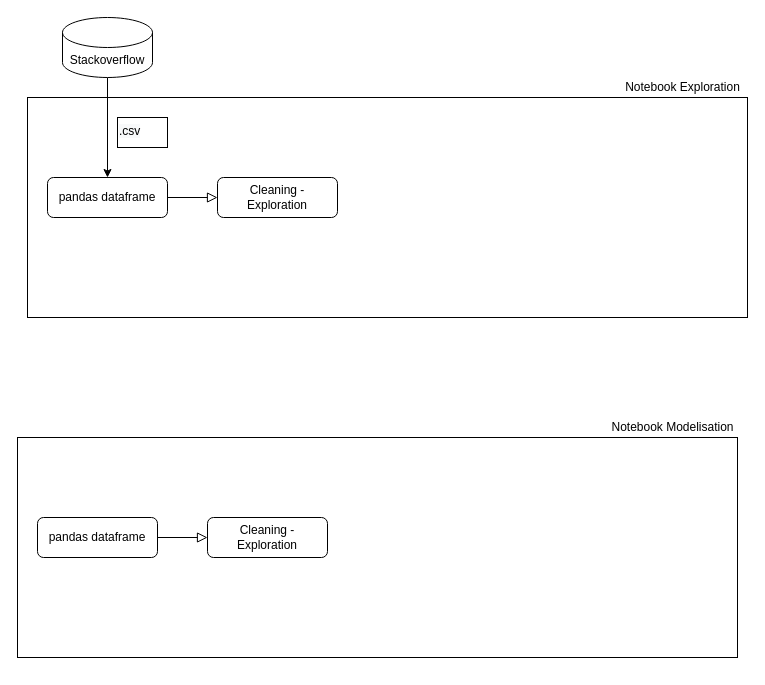
abugeia/P5_OCR_categorize_questions keeps this draw.io diagram as process.drawio. Above is the earlier version. Source tidied: cells renumbered, new cells numbered last; positions are measured from the earlier drawing's top-left corner, leaving out a move shared by most shapes. Both pictures are drawn from the tidied source at 100%, with x=0, y=0 at pixel (17, 17).
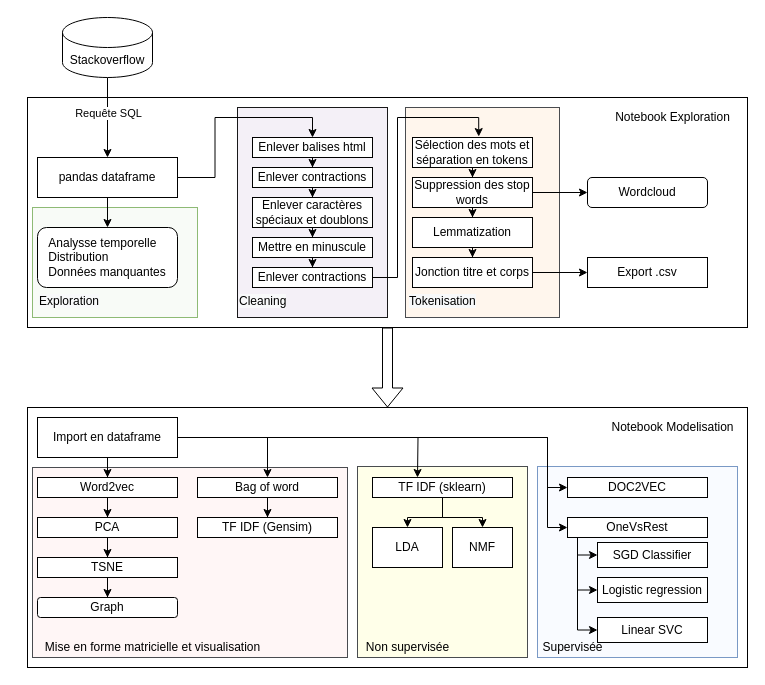
The same diagram, later.

Commit message (it also covers changes not shown here):
nb style improvement add of process

Unchanged cells that the change refers to:
```xml
<mxCell id="5" style="edgeStyle=orthogonalEdgeStyle;rounded=0;jettySize=auto;html=1;" parent="1" edge="1" source="6" target="4">
  <mxGeometry relative="1" as="geometry" />
</mxCell>
```

Diff of the diagram source:
```diff
@@
+    <mxCell id="10" style="rounded=0;whiteSpace=wrap;html=1;strokeColor=#000000;fillColor=none;" parent="1" vertex="1">
+      <mxGeometry x="10" y="390" width="720" height="260" as="geometry" />
+    </mxCell>
     <mxCell id="2" style="rounded=0;whiteSpace=wrap;html=1;strokeColor=#000000;fillColor=none;" parent="1" vertex="1">
-      <mxGeometry x="10" y="80" width="720" height="220" as="geometry" />
+      <mxGeometry x="10" y="80" width="720" height="230" as="geometry" />
     </mxCell>
+    <mxCell id="15" style="rounded=0;whiteSpace=wrap;html=1;fillColor=#d5e8d4;opacity=90;fillOpacity=20;strokeColor=#82b366;" parent="1" vertex="1">
+      <mxGeometry x="15" y="190" width="165" height="110" as="geometry" />
+    </mxCell>
+    <mxCell id="16" style="rounded=0;whiteSpace=wrap;html=1;fillColor=#C3ABD0;opacity=90;fillOpacity=20;" parent="1" vertex="1">
+      <mxGeometry x="220" y="90" width="150" height="210" as="geometry" />
+    </mxCell>
+    <mxCell id="17" style="rounded=0;whiteSpace=wrap;html=1;fillColor=#ffcc99;opacity=90;fillOpacity=20;strokeColor=#36393d;" parent="1" vertex="1">
+      <mxGeometry x="388" y="90" width="154" height="210" as="geometry" />
+    </mxCell>
+    <mxCell id="18" style="rounded=0;whiteSpace=wrap;html=1;fillColor=#dae8fc;opacity=90;fillOpacity=20;strokeColor=#6c8ebf;" parent="1" vertex="1">
+      <mxGeometry x="520" y="449" width="200" height="191" as="geometry" />
+    </mxCell>
+    <mxCell id="19" style="rounded=0;whiteSpace=wrap;html=1;fillColor=#ffff88;opacity=90;fillOpacity=20;strokeColor=#36393d;" parent="1" vertex="1">
+      <mxGeometry x="340" y="449" width="170" height="191" as="geometry" />
+    </mxCell>
+    <mxCell id="20" style="rounded=0;whiteSpace=wrap;html=1;fillColor=#ffcccc;opacity=90;fillOpacity=20;strokeColor=#36393d;" parent="1" vertex="1">
+      <mxGeometry x="15" y="450" width="315" height="190" as="geometry" />
+    </mxCell>
+    <mxCell id="21" style="edgeStyle=orthogonalEdgeStyle;rounded=0;jettySize=auto;html=1;shape=flexArrow;" parent="1" edge="1" source="2" target="10">
+      <mxGeometry relative="1" as="geometry" />
+    </mxCell>
+    <mxCell id="22" style="edgeStyle=orthogonalEdgeStyle;rounded=0;jettySize=auto;html=1;exitX=1;exitY=0.5;exitDx=0;exitDy=0;entryX=0.5;entryY=0;entryDx=0;entryDy=0;" parent="1" edge="1" source="4" target="26">
+      <mxGeometry relative="1" as="geometry" />
+    </mxCell>
-    <mxCell id="3" style="rounded=0;html=1;jettySize=auto;fontSize=11;endArrow=block;endFill=0;endSize=8;strokeWidth=1;shadow=0;labelBackgroundColor=none;edgeStyle=orthogonalEdgeStyle;entryX=0;entryY=0.5;entryDx=0;entryDy=0;" parent="1" edge="1" source="4" target="8">
+    <mxCell id="3" style="edgeStyle=orthogonalEdgeStyle;rounded=0;jettySize=auto;html=1;" parent="1" edge="1" source="4" target="8">
       <mxGeometry relative="1" as="geometry" />
     </mxCell>
+    <mxCell id="23" style="edgeStyle=orthogonalEdgeStyle;rounded=0;jettySize=auto;html=1;exitX=1;exitY=0.5;exitDx=0;exitDy=0;" parent="1" edge="1" source="4">
+      <mxGeometry relative="1" as="geometry">
+        <mxPoint x="150" y="160.3" as="targetPoint" />
+      </mxGeometry>
+    </mxCell>
-    <mxCell id="4" value="pandas dataframe" style="rounded=1;whiteSpace=wrap;html=1;fontSize=12;glass=0;strokeWidth=1;shadow=0;" parent="1" vertex="1">
-      <mxGeometry x="30" y="160" width="120" height="40" as="geometry" />
+    <mxCell id="4" value="pandas dataframe" style="rounded=0;whiteSpace=wrap;html=1;fontSize=12;glass=0;strokeWidth=1;shadow=0;" parent="1" vertex="1">
+      <mxGeometry x="20" y="140" width="140" height="40" as="geometry" />
     </mxCell>
@@
+    <mxCell id="24" value="Requête SQL" style="edgeLabel;html=1;align=center;verticalAlign=middle;" parent="5" vertex="1">
+      <mxGeometry x="-0.78" y="-2" relative="1" as="geometry">
+        <mxPoint x="2" y="26" as="offset" />
+      </mxGeometry>
+    </mxCell>
@@
-    <mxCell id="7" value="&lt;span style=&quot;color: rgb(0, 0, 0); font-family: helvetica; font-size: 12px; font-style: normal; font-weight: 400; letter-spacing: normal; text-align: center; text-indent: 0px; text-transform: none; word-spacing: 0px; background-color: rgb(248, 249, 250); display: inline; float: none;&quot;&gt;.csv&lt;/span&gt;" style="text;whiteSpace=wrap;html=1;strokeColor=#000000;" parent="1" vertex="1">
-      <mxGeometry x="100" y="100" width="50" height="30" as="geometry" />
-    </mxCell>
-    <mxCell id="8" value="Cleaning - Exploration" style="rounded=1;whiteSpace=wrap;html=1;fontSize=12;glass=0;strokeWidth=1;shadow=0;" parent="1" vertex="1">
-      <mxGeometry x="200" y="160" width="120" height="40" as="geometry" />
+    <mxCell id="8" value="&lt;div style=&quot;text-align: left&quot;&gt;&lt;span&gt;Analysse temporelle&lt;/span&gt;&lt;/div&gt;&lt;span&gt;&lt;div style=&quot;text-align: left&quot;&gt;&lt;span&gt;Distribution&lt;/span&gt;&lt;/div&gt;&lt;/span&gt;&lt;span&gt;&lt;div style=&quot;text-align: left&quot;&gt;&lt;span&gt;Données manquantes&lt;/span&gt;&lt;/div&gt;&lt;/span&gt;" style="rounded=1;whiteSpace=wrap;html=1;fontSize=12;glass=0;strokeWidth=1;shadow=0;align=center;" parent="1" vertex="1">
+      <mxGeometry x="20" y="210" width="140" height="60" as="geometry" />
     </mxCell>
     <mxCell id="9" value="Notebook Exploration" style="text;html=1;align=center;verticalAlign=middle;strokeColor=none;" parent="1" vertex="1">
-      <mxGeometry x="600" y="60" width="130" height="20" as="geometry" />
+      <mxGeometry x="590" y="90" width="130" height="20" as="geometry" />
     </mxCell>
-    <mxCell id="10" style="rounded=0;whiteSpace=wrap;html=1;strokeColor=#000000;fillColor=none;" parent="1" vertex="1">
-      <mxGeometry y="420" width="720" height="220" as="geometry" />
-    </mxCell>
-    <mxCell id="11" style="rounded=0;html=1;jettySize=auto;fontSize=11;endArrow=block;endFill=0;endSize=8;strokeWidth=1;shadow=0;labelBackgroundColor=none;edgeStyle=orthogonalEdgeStyle;entryX=0;entryY=0.5;entryDx=0;entryDy=0;" parent="1" edge="1" source="12" target="13">
-      <mxGeometry relative="1" as="geometry" />
-    </mxCell>
-    <mxCell id="12" value="pandas dataframe" style="rounded=1;whiteSpace=wrap;html=1;fontSize=12;glass=0;strokeWidth=1;shadow=0;" parent="1" vertex="1">
-      <mxGeometry x="20" y="500" width="120" height="40" as="geometry" />
-    </mxCell>
-    <mxCell id="13" value="Cleaning - Exploration" style="rounded=1;whiteSpace=wrap;html=1;fontSize=12;glass=0;strokeWidth=1;shadow=0;" parent="1" vertex="1">
-      <mxGeometry x="190" y="500" width="120" height="40" as="geometry" />
-    </mxCell>
@@
+    <mxCell id="25" style="edgeStyle=orthogonalEdgeStyle;rounded=0;jettySize=auto;html=1;entryX=0.5;entryY=0;entryDx=0;entryDy=0;" parent="1" edge="1" source="26" target="30">
+      <mxGeometry relative="1" as="geometry" />
+    </mxCell>
+    <mxCell id="26" value="Enlever balises html&lt;br&gt;" style="rounded=0;whiteSpace=wrap;html=1;fontSize=12;glass=0;strokeWidth=1;shadow=0;" parent="1" vertex="1">
+      <mxGeometry x="235" y="120" width="120" height="20" as="geometry" />
+    </mxCell>
+    <mxCell id="27" value="&lt;span style=&quot;color: rgb(0, 0, 0); font-family: helvetica; font-size: 12px; font-style: normal; font-weight: 400; letter-spacing: normal; text-align: center; text-indent: 0px; text-transform: none; word-spacing: 0px; background-color: rgb(248, 249, 250); display: inline; float: none;&quot;&gt;Exploration&lt;/span&gt;" style="text;whiteSpace=wrap;html=1;" parent="1" vertex="1">
+      <mxGeometry x="20" y="270" width="90" height="30" as="geometry" />
+    </mxCell>
+    <mxCell id="28" value="&lt;span style=&quot;color: rgb(0 , 0 , 0) ; font-size: 12px ; font-style: normal ; font-weight: 400 ; letter-spacing: normal ; text-align: center ; text-indent: 0px ; text-transform: none ; word-spacing: 0px ; font-family: &amp;#34;helvetica&amp;#34; ; background-color: rgb(248 , 249 , 250) ; display: inline ; float: none&quot;&gt;Cleaning&lt;/span&gt;" style="text;whiteSpace=wrap;html=1;" parent="1" vertex="1">
+      <mxGeometry x="220" y="270" width="70" height="30" as="geometry" />
+    </mxCell>
+    <mxCell id="29" style="edgeStyle=orthogonalEdgeStyle;rounded=0;jettySize=auto;html=1;" parent="1" edge="1" source="30" target="32">
+      <mxGeometry relative="1" as="geometry" />
+    </mxCell>
+    <mxCell id="30" value="Enlever contractions" style="rounded=0;whiteSpace=wrap;html=1;fontSize=12;glass=0;strokeWidth=1;shadow=0;" parent="1" vertex="1">
+      <mxGeometry x="235" y="150" width="120" height="20" as="geometry" />
+    </mxCell>
+    <mxCell id="31" style="edgeStyle=orthogonalEdgeStyle;rounded=0;jettySize=auto;html=1;entryX=0.5;entryY=0;entryDx=0;entryDy=0;" parent="1" edge="1" source="32" target="34">
+      <mxGeometry relative="1" as="geometry" />
+    </mxCell>
+    <mxCell id="32" value="Enlever caractères spéciaux et doublons" style="rounded=0;whiteSpace=wrap;html=1;fontSize=12;glass=0;strokeWidth=1;shadow=0;" parent="1" vertex="1">
+      <mxGeometry x="235" y="180" width="120" height="30" as="geometry" />
+    </mxCell>
+    <mxCell id="33" style="edgeStyle=orthogonalEdgeStyle;rounded=0;jettySize=auto;html=1;" parent="1" edge="1" source="34" target="36">
+      <mxGeometry relative="1" as="geometry" />
+    </mxCell>
+    <mxCell id="34" value="Mettre en minuscule" style="rounded=0;whiteSpace=wrap;html=1;fontSize=12;glass=0;strokeWidth=1;shadow=0;" parent="1" vertex="1">
+      <mxGeometry x="235" y="220" width="120" height="20" as="geometry" />
+    </mxCell>
+    <mxCell id="35" style="edgeStyle=orthogonalEdgeStyle;rounded=0;jettySize=auto;html=1;entryX=0.552;entryY=-0.031;entryDx=0;entryDy=0;entryPerimeter=0;" parent="1" edge="1" source="36" target="39">
+      <mxGeometry relative="1" as="geometry">
+        <Array as="points">
+          <mxPoint x="380" y="260" />
+          <mxPoint x="380" y="100" />
+          <mxPoint x="461" y="100" />
+        </Array>
+      </mxGeometry>
+    </mxCell>
+    <mxCell id="36" value="Enlever contractions" style="rounded=0;whiteSpace=wrap;html=1;fontSize=12;glass=0;strokeWidth=1;shadow=0;" parent="1" vertex="1">
+      <mxGeometry x="235" y="250" width="120" height="20" as="geometry" />
+    </mxCell>
+    <mxCell id="37" value="&lt;span style=&quot;color: rgb(0 , 0 , 0) ; font-size: 12px ; font-style: normal ; font-weight: 400 ; letter-spacing: normal ; text-align: center ; text-indent: 0px ; text-transform: none ; word-spacing: 0px ; font-family: &amp;#34;helvetica&amp;#34; ; background-color: rgb(248 , 249 , 250) ; display: inline ; float: none&quot;&gt;Tokenisation&lt;/span&gt;" style="text;whiteSpace=wrap;html=1;" parent="1" vertex="1">
+      <mxGeometry x="390" y="270" width="70" height="30" as="geometry" />
+    </mxCell>
+    <mxCell id="38" style="edgeStyle=orthogonalEdgeStyle;rounded=0;jettySize=auto;html=1;entryX=0.5;entryY=0;entryDx=0;entryDy=0;" parent="1" edge="1" source="39" target="42">
+      <mxGeometry relative="1" as="geometry" />
+    </mxCell>
+    <mxCell id="39" value="Sélection des mots et séparation en tokens" style="rounded=0;whiteSpace=wrap;html=1;fontSize=12;glass=0;strokeWidth=1;shadow=0;" parent="1" vertex="1">
+      <mxGeometry x="395" y="120" width="120" height="30" as="geometry" />
+    </mxCell>
+    <mxCell id="40" style="edgeStyle=orthogonalEdgeStyle;rounded=0;jettySize=auto;html=1;entryX=0.5;entryY=0;entryDx=0;entryDy=0;" parent="1" edge="1" source="42" target="44">
+      <mxGeometry relative="1" as="geometry" />
+    </mxCell>
+    <mxCell id="41" style="edgeStyle=orthogonalEdgeStyle;rounded=0;jettySize=auto;html=1;" parent="1" edge="1" source="42" target="45">
+      <mxGeometry relative="1" as="geometry" />
+    </mxCell>
+    <mxCell id="42" value="Suppression des stop words" style="rounded=0;whiteSpace=wrap;html=1;fontSize=12;glass=0;strokeWidth=1;shadow=0;" parent="1" vertex="1">
+      <mxGeometry x="395" y="160" width="120" height="30" as="geometry" />
+    </mxCell>
+    <mxCell id="43" style="edgeStyle=orthogonalEdgeStyle;rounded=0;jettySize=auto;html=1;entryX=0.5;entryY=0;entryDx=0;entryDy=0;" parent="1" edge="1" source="44" target="47">
+      <mxGeometry relative="1" as="geometry" />
+    </mxCell>
+    <mxCell id="44" value="Lemmatization" style="rounded=0;whiteSpace=wrap;html=1;fontSize=12;glass=0;strokeWidth=1;shadow=0;" parent="1" vertex="1">
+      <mxGeometry x="395" y="200" width="120" height="30" as="geometry" />
+    </mxCell>
+    <mxCell id="45" value="Wordcloud" style="rounded=1;whiteSpace=wrap;html=1;fontSize=12;glass=0;strokeWidth=1;shadow=0;" parent="1" vertex="1">
+      <mxGeometry x="570" y="160" width="120" height="30" as="geometry" />
+    </mxCell>
+    <mxCell id="46" style="edgeStyle=orthogonalEdgeStyle;rounded=0;jettySize=auto;html=1;" parent="1" edge="1" source="47" target="48">
+      <mxGeometry relative="1" as="geometry" />
+    </mxCell>
+    <mxCell id="47" value="Jonction titre et corps" style="rounded=0;whiteSpace=wrap;html=1;fontSize=12;glass=0;strokeWidth=1;shadow=0;" parent="1" vertex="1">
+      <mxGeometry x="395" y="240" width="120" height="30" as="geometry" />
+    </mxCell>
+    <mxCell id="48" value="Export .csv" style="rounded=0;whiteSpace=wrap;html=1;fontSize=12;glass=0;strokeWidth=1;shadow=0;" parent="1" vertex="1">
+      <mxGeometry x="570" y="240" width="120" height="30" as="geometry" />
+    </mxCell>
+    <mxCell id="49" style="edgeStyle=orthogonalEdgeStyle;rounded=0;jettySize=auto;html=1;entryX=0.5;entryY=0;entryDx=0;entryDy=0;strokeColor=#000000;" parent="1" edge="1" source="54" target="64">
+      <mxGeometry relative="1" as="geometry" />
+    </mxCell>
+    <mxCell id="50" style="edgeStyle=orthogonalEdgeStyle;rounded=0;jettySize=auto;html=1;entryX=0.5;entryY=0;entryDx=0;entryDy=0;strokeColor=#000000;" parent="1" edge="1" source="54" target="56">
+      <mxGeometry relative="1" as="geometry" />
+    </mxCell>
+    <mxCell id="51" style="edgeStyle=orthogonalEdgeStyle;rounded=0;jettySize=auto;html=1;entryX=0.5;entryY=0;entryDx=0;entryDy=0;strokeColor=#000000;" parent="1" edge="1" source="54">
+      <mxGeometry relative="1" as="geometry">
+        <mxPoint x="400" y="460" as="targetPoint" />
+      </mxGeometry>
+    </mxCell>
+    <mxCell id="52" style="edgeStyle=orthogonalEdgeStyle;rounded=0;jettySize=auto;html=1;entryX=0;entryY=0.5;entryDx=0;entryDy=0;strokeColor=#000000;" parent="1" edge="1" source="54" target="66">
+      <mxGeometry relative="1" as="geometry">
+        <Array as="points">
+          <mxPoint x="530" y="420" />
+          <mxPoint x="530" y="470" />
+        </Array>
+      </mxGeometry>
+    </mxCell>
+    <mxCell id="53" style="edgeStyle=orthogonalEdgeStyle;rounded=0;jettySize=auto;html=1;entryX=0;entryY=0.5;entryDx=0;entryDy=0;strokeColor=#000000;" parent="1" edge="1" source="54" target="74">
+      <mxGeometry relative="1" as="geometry">
+        <Array as="points">
+          <mxPoint x="530" y="420" />
+          <mxPoint x="530" y="510" />
+        </Array>
+      </mxGeometry>
+    </mxCell>
+    <mxCell id="54" value="Import en dataframe" style="rounded=0;whiteSpace=wrap;html=1;fontSize=12;glass=0;strokeWidth=1;shadow=0;" parent="1" vertex="1">
+      <mxGeometry x="20" y="400" width="140" height="40" as="geometry" />
+    </mxCell>
+    <mxCell id="55" style="edgeStyle=orthogonalEdgeStyle;rounded=0;jettySize=auto;html=1;entryX=0.5;entryY=0;entryDx=0;entryDy=0;strokeColor=#000000;" parent="1" edge="1" source="56" target="57">
+      <mxGeometry relative="1" as="geometry" />
+    </mxCell>
+    <mxCell id="56" value="Bag of word" style="rounded=0;whiteSpace=wrap;html=1;fontSize=12;glass=0;strokeWidth=1;shadow=0;" parent="1" vertex="1">
+      <mxGeometry x="180" y="460" width="140" height="20" as="geometry" />
+    </mxCell>
+    <mxCell id="57" value="TF IDF (Gensim)" style="rounded=0;whiteSpace=wrap;html=1;fontSize=12;glass=0;strokeWidth=1;shadow=0;" parent="1" vertex="1">
+      <mxGeometry x="180" y="500" width="140" height="20" as="geometry" />
+    </mxCell>
+    <mxCell id="58" style="edgeStyle=orthogonalEdgeStyle;rounded=0;jettySize=auto;html=1;entryX=0.5;entryY=0;entryDx=0;entryDy=0;strokeColor=#000000;" parent="1" edge="1" source="59" target="61">
+      <mxGeometry relative="1" as="geometry" />
+    </mxCell>
+    <mxCell id="59" value="PCA" style="rounded=0;whiteSpace=wrap;html=1;fontSize=12;glass=0;strokeWidth=1;shadow=0;" parent="1" vertex="1">
+      <mxGeometry x="20" y="500" width="140" height="20" as="geometry" />
+    </mxCell>
+    <mxCell id="60" style="edgeStyle=orthogonalEdgeStyle;rounded=0;jettySize=auto;html=1;entryX=0.5;entryY=0;entryDx=0;entryDy=0;strokeColor=#000000;" parent="1" edge="1" source="61" target="62">
+      <mxGeometry relative="1" as="geometry" />
+    </mxCell>
+    <mxCell id="61" value="TSNE" style="rounded=0;whiteSpace=wrap;html=1;fontSize=12;glass=0;strokeWidth=1;shadow=0;" parent="1" vertex="1">
+      <mxGeometry x="20" y="540" width="140" height="20" as="geometry" />
+    </mxCell>
+    <mxCell id="62" value="Graph" style="rounded=1;whiteSpace=wrap;html=1;fontSize=12;glass=0;strokeWidth=1;shadow=0;" parent="1" vertex="1">
+      <mxGeometry x="20" y="580" width="140" height="20" as="geometry" />
+    </mxCell>
+    <mxCell id="63" style="edgeStyle=orthogonalEdgeStyle;rounded=0;jettySize=auto;html=1;entryX=0.5;entryY=0;entryDx=0;entryDy=0;strokeColor=#000000;" parent="1" edge="1" source="64" target="59">
+      <mxGeometry relative="1" as="geometry" />
+    </mxCell>
+    <mxCell id="64" value="Word2vec" style="rounded=0;whiteSpace=wrap;html=1;fontSize=12;glass=0;strokeWidth=1;shadow=0;" parent="1" vertex="1">
+      <mxGeometry x="20" y="460" width="140" height="20" as="geometry" />
+    </mxCell>
+    <mxCell id="65" value="NMF" style="rounded=0;whiteSpace=wrap;html=1;fontSize=12;glass=0;strokeWidth=1;shadow=0;" parent="1" vertex="1">
+      <mxGeometry x="435" y="510" width="60" height="40" as="geometry" />
+    </mxCell>
+    <mxCell id="66" value="DOC2VEC" style="rounded=0;whiteSpace=wrap;html=1;fontSize=12;glass=0;strokeWidth=1;shadow=0;" parent="1" vertex="1">
+      <mxGeometry x="550" y="460" width="140" height="20" as="geometry" />
+    </mxCell>
+    <mxCell id="67" style="edgeStyle=orthogonalEdgeStyle;rounded=0;jettySize=auto;html=1;strokeColor=#000000;" parent="1" edge="1" source="69" target="70">
+      <mxGeometry relative="1" as="geometry" />
+    </mxCell>
+    <mxCell id="68" style="edgeStyle=orthogonalEdgeStyle;rounded=0;jettySize=auto;html=1;strokeColor=#000000;" parent="1" edge="1" source="69" target="65">
+      <mxGeometry relative="1" as="geometry" />
+    </mxCell>
+    <mxCell id="69" value="TF IDF (sklearn)" style="rounded=0;whiteSpace=wrap;html=1;fontSize=12;glass=0;strokeWidth=1;shadow=0;" parent="1" vertex="1">
+      <mxGeometry x="355" y="460" width="140" height="20" as="geometry" />
+    </mxCell>
+    <mxCell id="70" value="LDA" style="rounded=0;whiteSpace=wrap;html=1;fontSize=12;glass=0;strokeWidth=1;shadow=0;" parent="1" vertex="1">
+      <mxGeometry x="355" y="510" width="70" height="40" as="geometry" />
+    </mxCell>
+    <mxCell id="71" style="edgeStyle=orthogonalEdgeStyle;rounded=0;jettySize=auto;html=1;entryX=0;entryY=0.5;entryDx=0;entryDy=0;strokeColor=#000000;" parent="1" edge="1" source="74" target="77">
+      <mxGeometry relative="1" as="geometry">
+        <Array as="points">
+          <mxPoint x="560" y="613" />
+        </Array>
+      </mxGeometry>
+    </mxCell>
+    <mxCell id="72" style="edgeStyle=orthogonalEdgeStyle;rounded=0;jettySize=auto;html=1;entryX=0;entryY=0.5;entryDx=0;entryDy=0;strokeColor=#000000;" parent="1" edge="1" source="74" target="76">
+      <mxGeometry relative="1" as="geometry">
+        <Array as="points">
+          <mxPoint x="560" y="573" />
+        </Array>
+      </mxGeometry>
+    </mxCell>
+    <mxCell id="73" style="edgeStyle=orthogonalEdgeStyle;rounded=0;jettySize=auto;html=1;entryX=0;entryY=0.5;entryDx=0;entryDy=0;strokeColor=#000000;" parent="1" edge="1" source="74" target="75">
+      <mxGeometry relative="1" as="geometry">
+        <Array as="points">
+          <mxPoint x="560" y="538" />
+          <mxPoint x="580" y="538" />
+        </Array>
+      </mxGeometry>
+    </mxCell>
+    <mxCell id="74" value="OneVsRest" style="rounded=0;whiteSpace=wrap;html=1;fontSize=12;glass=0;strokeWidth=1;shadow=0;" parent="1" vertex="1">
+      <mxGeometry x="550" y="500" width="140" height="20" as="geometry" />
+    </mxCell>
+    <mxCell id="75" value="SGD Classifier" style="rounded=0;whiteSpace=wrap;html=1;fontSize=12;glass=0;strokeWidth=1;shadow=0;" parent="1" vertex="1">
+      <mxGeometry x="580" y="525" width="110" height="25" as="geometry" />
+    </mxCell>
+    <mxCell id="76" value="Logistic regression" style="rounded=0;whiteSpace=wrap;html=1;fontSize=12;glass=0;strokeWidth=1;shadow=0;" parent="1" vertex="1">
+      <mxGeometry x="580" y="560" width="110" height="25" as="geometry" />
+    </mxCell>
+    <mxCell id="77" value="Linear SVC" style="rounded=0;whiteSpace=wrap;html=1;fontSize=12;glass=0;strokeWidth=1;shadow=0;" parent="1" vertex="1">
+      <mxGeometry x="580" y="600" width="110" height="25" as="geometry" />
+    </mxCell>
+    <mxCell id="78" value="Mise en forme matricielle et visualisation" style="text;html=1;align=center;verticalAlign=middle;strokeColor=none;" parent="1" vertex="1">
+      <mxGeometry x="20" y="620" width="230" height="20" as="geometry" />
+    </mxCell>
+    <mxCell id="79" value="Non supervisée" style="text;html=1;align=center;verticalAlign=middle;strokeColor=none;" parent="1" vertex="1">
+      <mxGeometry x="340" y="620" width="100" height="20" as="geometry" />
+    </mxCell>
+    <mxCell id="80" value="Supervisée" style="text;html=1;align=center;verticalAlign=middle;strokeColor=none;" parent="1" vertex="1">
+      <mxGeometry x="515" y="620" width="80" height="20" as="geometry" />
+    </mxCell>
```
